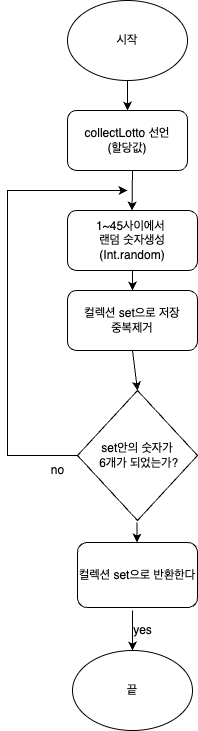
Above: CodeStarterCamp_Week2/lotto.drawio.png in yagom-academy/swift-starter-Round2 (draw.io), before the change. Source tidied: cells renumbered, new cells last; positions are measured from the earlier drawing's top-left corner, leaving out a move shared by most shapes.
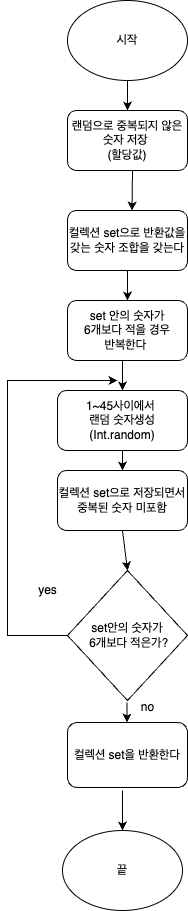
The same file after the commit.

Commit message:
로또 코드및 순서도 변경

Diff of the diagram source:
```diff
@@ -3,23 +3,23 @@
     <mxCell id="0" />
     <mxCell id="1" parent="0" />
     <mxCell id="2" value="시작" style="ellipse;whiteSpace=wrap;html=1;" parent="1" vertex="1">
-      <mxGeometry x="60" width="120" height="80" as="geometry" />
+      <mxGeometry x="70" y="-180" width="120" height="80" as="geometry" />
     </mxCell>
-    <mxCell id="3" value="collectLotto 선언&lt;br&gt;(할당값)" style="rounded=1;whiteSpace=wrap;html=1;" parent="1" vertex="1">
-      <mxGeometry x="60" y="110" width="120" height="60" as="geometry" />
+    <mxCell id="3" value="랜덤으로 중복되지 않은&lt;br&gt;숫자 저장&amp;nbsp;&lt;br&gt;(할당값)" style="rounded=1;whiteSpace=wrap;html=1;" parent="1" vertex="1">
+      <mxGeometry x="70" y="-70" width="120" height="60" as="geometry" />
     </mxCell>
     <mxCell id="4" value="1~45사이에서&amp;nbsp;&lt;br&gt;랜덤 숫자생성 (Int.random)&lt;br&gt;" style="rounded=1;whiteSpace=wrap;html=1;" parent="1" vertex="1">
       <mxGeometry x="60" y="210" width="130" height="60" as="geometry" />
     </mxCell>
-    <mxCell id="5" value="set안의 숫자가&lt;br&gt;&amp;nbsp;6개가 되었는가?" style="rhombus;whiteSpace=wrap;html=1;" parent="1" vertex="1">
+    <mxCell id="5" value="set안의 숫자가&lt;br&gt;&amp;nbsp;6개보다 적은가?" style="rhombus;whiteSpace=wrap;html=1;" parent="1" vertex="1">
       <mxGeometry x="70" y="390" width="120" height="130" as="geometry" />
     </mxCell>
     <mxCell id="6" style="endArrow=classic;html=1;rounded=0;exitX=0;exitY=0.5;exitDx=0;exitDy=0;" parent="1" edge="1" source="5">
       <mxGeometry relative="1" as="geometry">
-        <mxPoint x="120" y="190" as="targetPoint" />
+        <mxPoint x="120" y="200" as="targetPoint" />
         <Array as="points">
-          <mxPoint y="455" />
-          <mxPoint y="190" />
+          <mxPoint x="10" y="455" />
+          <mxPoint x="10" y="200" />
         </Array>
       </mxGeometry>
     </mxCell>
@@ -31,7 +31,7 @@
     </mxCell>
     <mxCell id="8" style="endArrow=classic;html=1;rounded=0;entryX=0.5;entryY=0;entryDx=0;entryDy=0;" parent="1" edge="1" target="3">
       <mxGeometry relative="1" as="geometry">
-        <mxPoint x="120" y="80" as="sourcePoint" />
+        <mxPoint x="130" y="-100" as="sourcePoint" />
       </mxGeometry>
     </mxCell>
     <mxCell id="9" style="endArrow=classic;html=1;rounded=0;entryX=0.5;entryY=0;entryDx=0;entryDy=0;" parent="1" edge="1" target="5">
@@ -41,20 +41,20 @@
     </mxCell>
     <mxCell id="10" style="endArrow=classic;html=1;rounded=0;entryX=0.454;entryY=-0.008;entryDx=0;entryDy=0;entryPerimeter=0;" parent="1" edge="1">
       <mxGeometry relative="1" as="geometry">
-        <mxPoint x="125" y="170" as="sourcePoint" />
-        <mxPoint x="124.5" y="210" as="targetPoint" />
+        <mxPoint x="135" y="-10" as="sourcePoint" />
+        <mxPoint x="134.5" y="30" as="targetPoint" />
       </mxGeometry>
     </mxCell>
     <mxCell id="11" value="끝" style="ellipse;whiteSpace=wrap;html=1;" parent="1" vertex="1">
       <mxGeometry x="65" y="650" width="120" height="80" as="geometry" />
     </mxCell>
-    <mxCell id="12" value="no" style="text;html=1;align=center;verticalAlign=middle;strokeColor=none;fillColor=none;" parent="1" vertex="1">
-      <mxGeometry x="30" y="455" width="40" height="30" as="geometry" />
+    <mxCell id="12" value="yes" style="text;html=1;align=center;verticalAlign=middle;strokeColor=none;fillColor=none;" parent="1" vertex="1">
+      <mxGeometry x="30" y="395" width="40" height="30" as="geometry" />
     </mxCell>
-    <mxCell id="13" value="yes" style="text;html=1;align=center;verticalAlign=middle;strokeColor=none;fillColor=none;" parent="1" vertex="1">
-      <mxGeometry x="115" y="615" width="40" height="30" as="geometry" />
+    <mxCell id="13" value="no" style="text;html=1;align=center;verticalAlign=middle;strokeColor=none;fillColor=none;" parent="1" vertex="1">
+      <mxGeometry x="130" y="512" width="40" height="30" as="geometry" />
     </mxCell>
-    <mxCell id="14" value="컬렉션 set으로 저장&lt;br&gt;중복제거" style="rounded=1;whiteSpace=wrap;html=1;" parent="1" vertex="1">
+    <mxCell id="14" value="컬렉션 set으로 저장되면서&lt;br&gt;중복된 숫자 미포함" style="rounded=1;whiteSpace=wrap;html=1;" parent="1" vertex="1">
       <mxGeometry x="60" y="290" width="130" height="60" as="geometry" />
     </mxCell>
     <mxCell id="15" style="endArrow=classic;html=1;rounded=0;" parent="1" edge="1">
@@ -63,7 +63,7 @@
         <mxPoint x="125" y="290" as="targetPoint" />
       </mxGeometry>
     </mxCell>
-    <mxCell id="16" value="컬렉션 set으로 반환한다" style="rounded=1;whiteSpace=wrap;html=1;" parent="1" vertex="1">
+    <mxCell id="16" value="컬렉션 set을 반환한다" style="rounded=1;whiteSpace=wrap;html=1;" parent="1" vertex="1">
       <mxGeometry x="70" y="542" width="120" height="65" as="geometry" />
     </mxCell>
     <mxCell id="17" style="endArrow=classic;html=1;rounded=0;" parent="1" edge="1">
@@ -72,5 +72,22 @@
         <mxPoint x="129.5" y="542" as="targetPoint" />
       </mxGeometry>
     </mxCell>
+    <mxCell id="18" value="컬렉션 set으로 반환값을 갖는 숫자 조합을 갖는다" style="rounded=1;whiteSpace=wrap;html=1;" parent="1" vertex="1">
+      <mxGeometry x="70" y="30" width="120" height="60" as="geometry" />
+    </mxCell>
+    <mxCell id="19" value="set 안의 숫자가&lt;br&gt;&amp;nbsp;6개보다 적을 경우&amp;nbsp;&lt;br&gt;반복한다&amp;nbsp;" style="rounded=1;whiteSpace=wrap;html=1;" parent="1" vertex="1">
+      <mxGeometry x="70" y="120" width="120" height="60" as="geometry" />
+    </mxCell>
+    <mxCell id="20" style="endArrow=classic;html=1;rounded=0;entryX=0.5;entryY=0;entryDx=0;entryDy=0;" parent="1" edge="1" target="4">
+      <mxGeometry relative="1" as="geometry">
+        <mxPoint x="125" y="180" as="sourcePoint" />
+      </mxGeometry>
+    </mxCell>
+    <mxCell id="21" style="endArrow=classic;html=1;rounded=0;" parent="1" edge="1">
+      <mxGeometry relative="1" as="geometry">
+        <mxPoint x="130" y="90" as="sourcePoint" />
+        <mxPoint x="130" y="120" as="targetPoint" />
+      </mxGeometry>
+    </mxCell>
   </root>
 </mxGraphModel>
```
